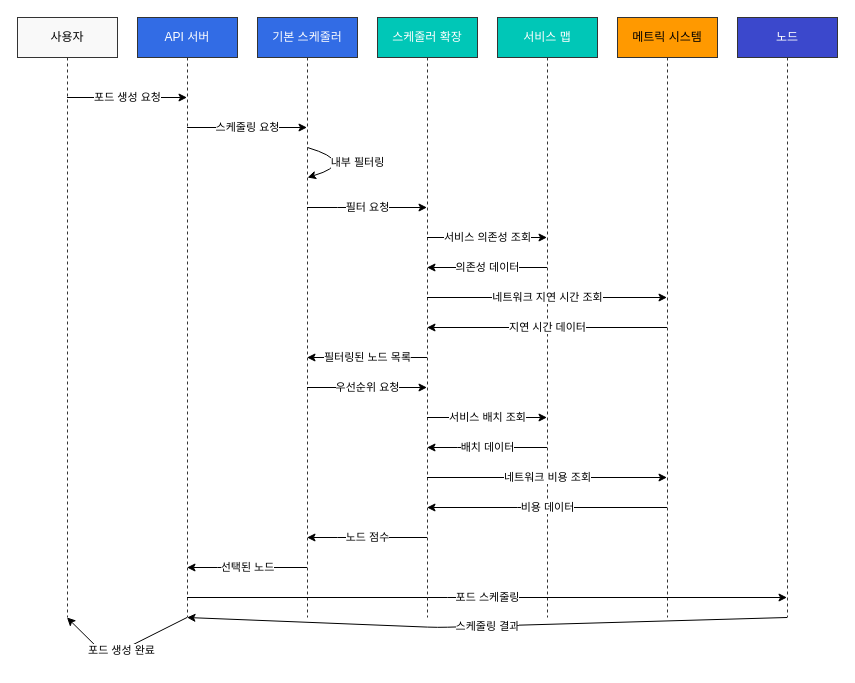
Above: assets/generated-diagrams/network_locality_workflow.drawio in Atom-oh/kubernetes-docs (draw.io), before the change. Source tidied: cells renumbered, new cells numbered last; positions are measured from the earlier drawing's top-left corner, leaving out a move shared by most shapes. Both pictures are drawn from the tidied source at 100%, with x=0, y=0 at pixel (17, 17).
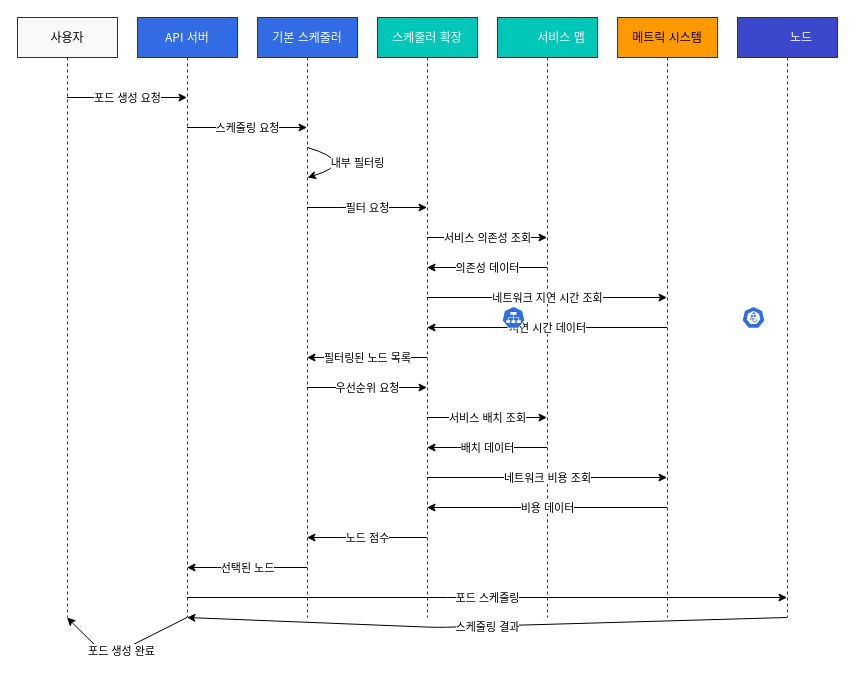
The same page after the edit.

The edit, as a diff of the source:
```diff
@@
-    <mxCell id="2" value="사용자" style="shape=umlLifeline;perimeter=lifelinePerimeter;whiteSpace=wrap;html=1;outlineConnect=0;fillColor=#f9f9f9;strokeColor=#333333;strokeWidth=1;" parent="1" vertex="1">
+    <mxCell id="2" value="사용자" style="shape=umlLifeline;perimeter=lifelinePerimeter;whiteSpace=wrap;html=1;outlineConnect=0;fillColor=#f9f9f9;strokeColor=#333333;strokeWidth=1;fontSize=12;fontFamily=Noto Sans CJK KR;" parent="1" vertex="1">
       <mxGeometry width="100" height="600" as="geometry" />
     </mxCell>
-    <mxCell id="3" value="API 서버" style="shape=umlLifeline;perimeter=lifelinePerimeter;whiteSpace=wrap;html=1;outlineConnect=0;fillColor=#326CE5;strokeColor=#333333;strokeWidth=1;fontColor=#FFFFFF;" parent="1" vertex="1">
+    <mxCell id="3" value="API 서버" style="shape=umlLifeline;perimeter=lifelinePerimeter;whiteSpace=wrap;html=1;outlineConnect=0;fillColor=#326CE5;strokeColor=#333333;strokeWidth=1;fontColor=#FFFFFF;fontSize=12;fontFamily=Noto Sans CJK KR;" parent="1" vertex="1">
       <mxGeometry x="120" width="100" height="600" as="geometry" />
     </mxCell>
-    <mxCell id="4" value="기본 스케줄러" style="shape=umlLifeline;perimeter=lifelinePerimeter;whiteSpace=wrap;html=1;outlineConnect=0;fillColor=#326CE5;strokeColor=#333333;strokeWidth=1;fontColor=#FFFFFF;" parent="1" vertex="1">
+    <mxCell id="4" value="기본 스케줄러" style="shape=umlLifeline;perimeter=lifelinePerimeter;whiteSpace=wrap;html=1;outlineConnect=0;fillColor=#326CE5;strokeColor=#333333;strokeWidth=1;fontColor=#FFFFFF;fontSize=12;fontFamily=Noto Sans CJK KR;" parent="1" vertex="1">
       <mxGeometry x="240" width="100" height="600" as="geometry" />
     </mxCell>
-    <mxCell id="5" value="스케줄러 확장" style="shape=umlLifeline;perimeter=lifelinePerimeter;whiteSpace=wrap;html=1;outlineConnect=0;fillColor=#00C7B7;strokeColor=#333333;strokeWidth=1;fontColor=#FFFFFF;" parent="1" vertex="1">
+    <mxCell id="5" value="스케줄러 확장" style="shape=umlLifeline;perimeter=lifelinePerimeter;whiteSpace=wrap;html=1;outlineConnect=0;fillColor=#00C7B7;strokeColor=#333333;strokeWidth=1;fontColor=#FFFFFF;fontSize=12;fontFamily=Noto Sans CJK KR;" parent="1" vertex="1">
       <mxGeometry x="360" width="100" height="600" as="geometry" />
     </mxCell>
-    <mxCell id="6" value="서비스 맵" style="shape=umlLifeline;perimeter=lifelinePerimeter;whiteSpace=wrap;html=1;outlineConnect=0;fillColor=#00C7B7;strokeColor=#333333;strokeWidth=1;fontColor=#FFFFFF;" parent="1" vertex="1">
+    <mxCell id="6" value="서비스 맵" style="shape=umlLifeline;perimeter=lifelinePerimeter;whiteSpace=wrap;html=1;outlineConnect=0;fillColor=#00C7B7;strokeColor=#333333;strokeWidth=1;fontColor=#FFFFFF;fontSize=12;fontFamily=Noto Sans CJK KR;spacingLeft=28;" parent="1" vertex="1">
       <mxGeometry x="480" width="100" height="600" as="geometry" />
     </mxCell>
-    <mxCell id="7" value="메트릭 시스템" style="shape=umlLifeline;perimeter=lifelinePerimeter;whiteSpace=wrap;html=1;outlineConnect=0;fillColor=#FF9900;strokeColor=#333333;strokeWidth=1;fontColor=#000000;" parent="1" vertex="1">
+    <mxCell id="7" value="메트릭 시스템" style="shape=umlLifeline;perimeter=lifelinePerimeter;whiteSpace=wrap;html=1;outlineConnect=0;fillColor=#FF9900;strokeColor=#333333;strokeWidth=1;fontColor=#000000;fontSize=12;fontFamily=Noto Sans CJK KR;" parent="1" vertex="1">
       <mxGeometry x="600" width="100" height="600" as="geometry" />
     </mxCell>
-    <mxCell id="8" value="노드" style="shape=umlLifeline;perimeter=lifelinePerimeter;whiteSpace=wrap;html=1;outlineConnect=0;fillColor=#3B48CC;strokeColor=#333333;strokeWidth=1;fontColor=#FFFFFF;" parent="1" vertex="1">
+    <mxCell id="8" value="노드" style="shape=umlLifeline;perimeter=lifelinePerimeter;whiteSpace=wrap;html=1;outlineConnect=0;fillColor=#3B48CC;strokeColor=#333333;strokeWidth=1;fontColor=#FFFFFF;fontSize=12;fontFamily=Noto Sans CJK KR;spacingLeft=28;" parent="1" vertex="1">
       <mxGeometry x="720" width="100" height="600" as="geometry" />
     </mxCell>
-    <mxCell id="9" value="포드 생성 요청" style="endArrow=classic;html=1;" parent="1" edge="1" source="2" target="3">
+    <mxCell id="9" value="포드 생성 요청" style="endArrow=classic;html=1;strokeWidth=1;fontFamily=Noto Sans CJK KR;" parent="1" edge="1" source="2" target="3">
       <mxGeometry relative="1" as="geometry">
         <Array as="points">
           <mxPoint x="90" y="80" />
         </Array>
       </mxGeometry>
     </mxCell>
-    <mxCell id="10" value="스케줄링 요청" style="endArrow=classic;html=1;" parent="1" edge="1" source="3" target="4">
+    <mxCell id="10" value="스케줄링 요청" style="endArrow=classic;html=1;strokeWidth=1;fontFamily=Noto Sans CJK KR;" parent="1" edge="1" source="3" target="4">
       <mxGeometry relative="1" as="geometry">
         <Array as="points">
           <mxPoint x="210" y="110" />
         </Array>
       </mxGeometry>
     </mxCell>
-    <mxCell id="11" value="내부 필터링" style="endArrow=classic;html=1;curved=1;" parent="1" edge="1">
+    <mxCell id="11" value="내부 필터링" style="endArrow=classic;html=1;curved=1;strokeWidth=1;fontFamily=Noto Sans CJK KR;" parent="1" edge="1">
       <mxGeometry relative="1" as="geometry">
         <mxPoint x="290" y="130" as="sourcePoint" />
         <mxPoint x="290" y="160" as="targetPoint" />
         <Array as="points">
           <mxPoint x="340" y="145" />
         </Array>
       </mxGeometry>
     </mxCell>
-    <mxCell id="12" value="필터 요청" style="endArrow=classic;html=1;" parent="1" edge="1" source="4" target="5">
+    <mxCell id="12" value="필터 요청" style="endArrow=classic;html=1;strokeWidth=1;fontFamily=Noto Sans CJK KR;" parent="1" edge="1" source="4" target="5">
       <mxGeometry relative="1" as="geometry">
         <Array as="points">
           <mxPoint x="330" y="190" />
         </Array>
       </mxGeometry>
     </mxCell>
-    <mxCell id="13" value="서비스 의존성 조회" style="endArrow=classic;html=1;" parent="1" edge="1" source="5" target="6">
+    <mxCell id="13" value="서비스 의존성 조회" style="endArrow=classic;html=1;strokeWidth=1;fontFamily=Noto Sans CJK KR;" parent="1" edge="1" source="5" target="6">
       <mxGeometry relative="1" as="geometry">
         <Array as="points">
           <mxPoint x="450" y="220" />
         </Array>
       </mxGeometry>
     </mxCell>
-    <mxCell id="14" value="의존성 데이터" style="endArrow=classic;html=1;" parent="1" edge="1" source="6" target="5">
+    <mxCell id="14" value="의존성 데이터" style="endArrow=classic;html=1;strokeWidth=1;fontFamily=Noto Sans CJK KR;" parent="1" edge="1" source="6" target="5">
       <mxGeometry relative="1" as="geometry">
         <Array as="points">
           <mxPoint x="450" y="250" />
         </Array>
       </mxGeometry>
     </mxCell>
-    <mxCell id="15" value="네트워크 지연 시간 조회" style="endArrow=classic;html=1;" parent="1" edge="1" source="5" target="7">
+    <mxCell id="15" value="네트워크 지연 시간 조회" style="endArrow=classic;html=1;strokeWidth=1;fontFamily=Noto Sans CJK KR;" parent="1" edge="1" source="5" target="7">
       <mxGeometry relative="1" as="geometry">
         <Array as="points">
           <mxPoint x="510" y="280" />
         </Array>
       </mxGeometry>
     </mxCell>
-    <mxCell id="16" value="지연 시간 데이터" style="endArrow=classic;html=1;" parent="1" edge="1" source="7" target="5">
+    <mxCell id="16" value="지연 시간 데이터" style="endArrow=classic;html=1;strokeWidth=1;fontFamily=Noto Sans CJK KR;" parent="1" edge="1" source="7" target="5">
       <mxGeometry relative="1" as="geometry">
         <Array as="points">
           <mxPoint x="510" y="310" />
         </Array>
       </mxGeometry>
     </mxCell>
-    <mxCell id="17" value="필터링된 노드 목록" style="endArrow=classic;html=1;" parent="1" edge="1" source="5" target="4">
+    <mxCell id="17" value="필터링된 노드 목록" style="endArrow=classic;html=1;strokeWidth=1;fontFamily=Noto Sans CJK KR;" parent="1" edge="1" source="5" target="4">
       <mxGeometry relative="1" as="geometry">
         <Array as="points">
           <mxPoint x="330" y="340" />
         </Array>
       </mxGeometry>
     </mxCell>
-    <mxCell id="18" value="우선순위 요청" style="endArrow=classic;html=1;" parent="1" edge="1" source="4" target="5">
+    <mxCell id="18" value="우선순위 요청" style="endArrow=classic;html=1;strokeWidth=1;fontFamily=Noto Sans CJK KR;" parent="1" edge="1" source="4" target="5">
       <mxGeometry relative="1" as="geometry">
         <Array as="points">
           <mxPoint x="330" y="370" />
         </Array>
       </mxGeometry>
     </mxCell>
-    <mxCell id="19" value="서비스 배치 조회" style="endArrow=classic;html=1;" parent="1" edge="1" source="5" target="6">
+    <mxCell id="19" value="서비스 배치 조회" style="endArrow=classic;html=1;strokeWidth=1;fontFamily=Noto Sans CJK KR;" parent="1" edge="1" source="5" target="6">
       <mxGeometry relative="1" as="geometry">
         <Array as="points">
           <mxPoint x="450" y="400" />
         </Array>
       </mxGeometry>
     </mxCell>
-    <mxCell id="20" value="배치 데이터" style="endArrow=classic;html=1;" parent="1" edge="1" source="6" target="5">
+    <mxCell id="20" value="배치 데이터" style="endArrow=classic;html=1;strokeWidth=1;fontFamily=Noto Sans CJK KR;" parent="1" edge="1" source="6" target="5">
       <mxGeometry relative="1" as="geometry">
         <Array as="points">
           <mxPoint x="450" y="430" />
         </Array>
       </mxGeometry>
     </mxCell>
-    <mxCell id="21" value="네트워크 비용 조회" style="endArrow=classic;html=1;" parent="1" edge="1" source="5" target="7">
+    <mxCell id="21" value="네트워크 비용 조회" style="endArrow=classic;html=1;strokeWidth=1;fontFamily=Noto Sans CJK KR;" parent="1" edge="1" source="5" target="7">
       <mxGeometry relative="1" as="geometry">
         <Array as="points">
           <mxPoint x="510" y="460" />
         </Array>
       </mxGeometry>
     </mxCell>
-    <mxCell id="22" value="비용 데이터" style="endArrow=classic;html=1;" parent="1" edge="1" source="7" target="5">
+    <mxCell id="22" value="비용 데이터" style="endArrow=classic;html=1;strokeWidth=1;fontFamily=Noto Sans CJK KR;" parent="1" edge="1" source="7" target="5">
       <mxGeometry relative="1" as="geometry">
         <Array as="points">
           <mxPoint x="510" y="490" />
         </Array>
       </mxGeometry>
     </mxCell>
-    <mxCell id="23" value="노드 점수" style="endArrow=classic;html=1;" parent="1" edge="1" source="5" target="4">
+    <mxCell id="23" value="노드 점수" style="endArrow=classic;html=1;strokeWidth=1;fontFamily=Noto Sans CJK KR;" parent="1" edge="1" source="5" target="4">
       <mxGeometry relative="1" as="geometry">
         <Array as="points">
           <mxPoint x="330" y="520" />
         </Array>
       </mxGeometry>
     </mxCell>
-    <mxCell id="24" value="선택된 노드" style="endArrow=classic;html=1;" parent="1" edge="1" source="4" target="3">
+    <mxCell id="24" value="선택된 노드" style="endArrow=classic;html=1;strokeWidth=1;fontFamily=Noto Sans CJK KR;" parent="1" edge="1" source="4" target="3">
       <mxGeometry relative="1" as="geometry">
         <Array as="points">
           <mxPoint x="210" y="550" />
         </Array>
       </mxGeometry>
     </mxCell>
-    <mxCell id="25" value="포드 스케줄링" style="endArrow=classic;html=1;" parent="1" edge="1" source="3" target="8">
+    <mxCell id="25" value="포드 스케줄링" style="endArrow=classic;html=1;strokeWidth=1;fontFamily=Noto Sans CJK KR;" parent="1" edge="1" source="3" target="8">
       <mxGeometry relative="1" as="geometry">
         <Array as="points">
           <mxPoint x="420" y="580" />
         </Array>
       </mxGeometry>
     </mxCell>
-    <mxCell id="26" value="스케줄링 결과" style="endArrow=classic;html=1;" parent="1" edge="1" source="8" target="3">
+    <mxCell id="26" value="스케줄링 결과" style="endArrow=classic;html=1;strokeWidth=1;fontFamily=Noto Sans CJK KR;" parent="1" edge="1" source="8" target="3">
       <mxGeometry relative="1" as="geometry">
         <Array as="points">
           <mxPoint x="420" y="610" />
         </Array>
       </mxGeometry>
     </mxCell>
-    <mxCell id="27" value="포드 생성 완료" style="endArrow=classic;html=1;" parent="1" edge="1" source="3" target="2">
+    <mxCell id="27" value="포드 생성 완료" style="endArrow=classic;html=1;strokeWidth=1;fontFamily=Noto Sans CJK KR;" parent="1" edge="1" source="3" target="2">
       <mxGeometry relative="1" as="geometry">
         <Array as="points">
           <mxPoint x="90" y="640" />
         </Array>
       </mxGeometry>
     </mxCell>
+    <mxCell id="28" style="sketch=0;fontColor=#232F3E;gradientColor=none;fillColor=#326CE5;strokeColor=none;dashed=0;verticalLabelPosition=middle;verticalAlign=middle;align=left;html=1;fontSize=0;fontStyle=0;shape=mxgraph.kubernetes.icon;prIcon=svc;" parent="1" vertex="1">
+      <mxGeometry x="484" y="289" width="24" height="22" as="geometry" />
+    </mxCell>
+    <mxCell id="29" style="sketch=0;fontColor=#232F3E;gradientColor=none;fillColor=#326CE5;strokeColor=none;dashed=0;verticalLabelPosition=middle;verticalAlign=middle;align=left;html=1;fontSize=0;fontStyle=0;shape=mxgraph.kubernetes.icon;prIcon=node;" parent="1" vertex="1">
+      <mxGeometry x="724" y="289" width="24" height="22" as="geometry" />
+    </mxCell>
```
